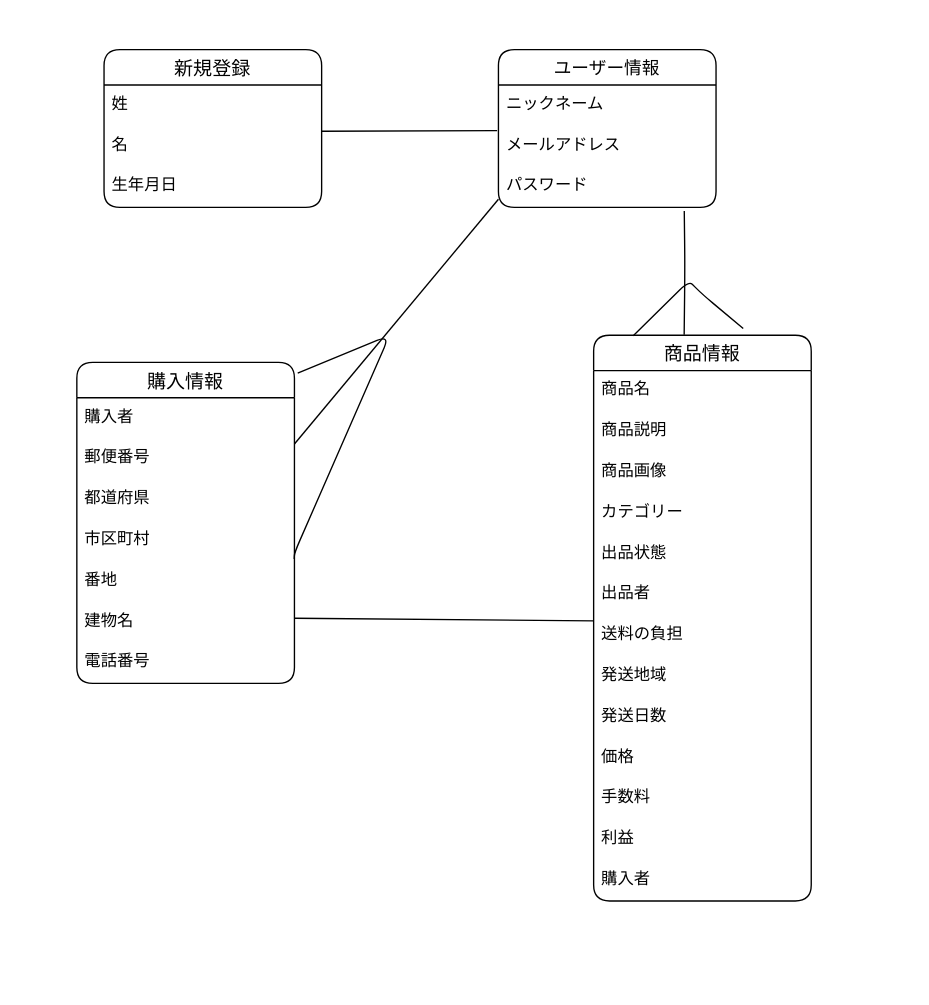
Above: draw.dio in tama808/furima-39529 (draw.io), before the change. Source tidied: cells renumbered, new cells numbered last; positions are measured from the earlier drawing's top-left corner, leaving out a move shared by most shapes. Both pictures are drawn from the tidied source at 136%, with x=0, y=0 at pixel (76, 49).
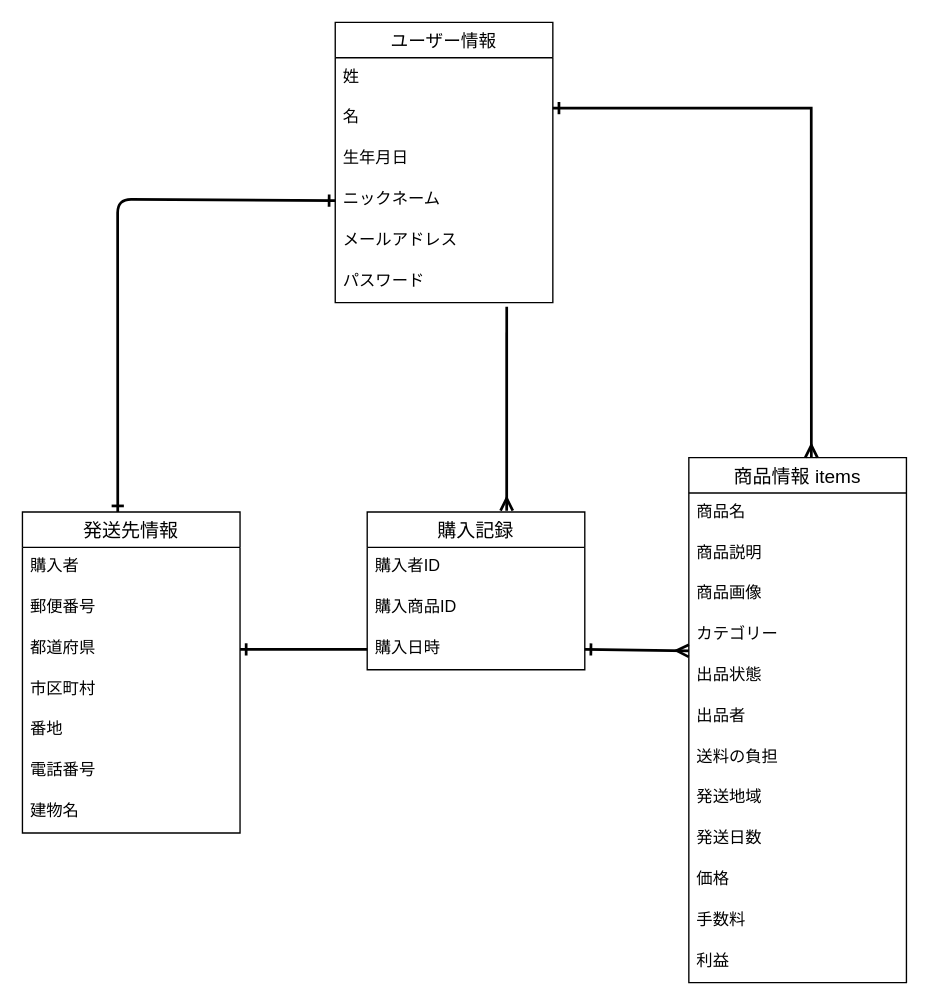
The same page after the edit.

Commit message (it also covers changes not shown here):
テーブル設計

What changed in the source:
```diff
@@
-    <mxCell id="2" value="ユーザー情報" style="swimlane;fontStyle=0;horizontal=1;startSize=26;align=center;fontSize=13;hachureGap=4;fontFamily=Architects Daughter;rounded=1;" parent="1" vertex="1">
-      <mxGeometry x="310" width="160" height="116" as="geometry" />
+    <mxCell id="2" value="ユーザー情報" style="swimlane;fontStyle=0;horizontal=1;startSize=26;align=center;fontSize=13;hachureGap=4;fontFamily=Helvetica;rounded=0;" parent="1" vertex="1">
+      <mxGeometry x="190" y="-20" width="160" height="206" as="geometry" />
     </mxCell>
-    <mxCell id="3" value="ニックネーム " style="text;strokeColor=none;fillColor=none;spacingLeft=4;spacingRight=4;overflow=hidden;fontSize=12;hachureGap=4;fontFamily=Architects Daughter;rounded=1;" parent="2" vertex="1">
+    <mxCell id="3" value="姓" style="text;strokeColor=none;fillColor=none;spacingLeft=4;spacingRight=4;overflow=hidden;fontSize=12;hachureGap=4;fontFamily=Architects Daughter;rounded=0;" parent="2" vertex="1">
       <mxGeometry y="26" width="160" height="30" as="geometry" />
     </mxCell>
-    <mxCell id="4" value="メールアドレス" style="text;strokeColor=none;fillColor=none;spacingLeft=4;spacingRight=4;overflow=hidden;points=[[0,0.5],[1,0.5]];portConstraint=eastwest;fontSize=12;hachureGap=4;fontFamily=Architects Daughter;rounded=1;" parent="2" vertex="1">
+    <mxCell id="4" value="名" style="text;strokeColor=none;fillColor=none;spacingLeft=4;spacingRight=4;overflow=hidden;points=[[0,0.5],[1,0.5]];portConstraint=eastwest;fontSize=12;hachureGap=4;fontFamily=Architects Daughter;rounded=0;" parent="2" vertex="1">
       <mxGeometry y="56" width="160" height="30" as="geometry" />
     </mxCell>
-    <mxCell id="5" value="パスワード" style="text;strokeColor=none;fillColor=none;spacingLeft=4;spacingRight=4;overflow=hidden;points=[[0,0.5],[1,0.5]];portConstraint=eastwest;fontSize=12;hachureGap=4;fontFamily=Architects Daughter;rounded=1;" parent="2" vertex="1">
+    <mxCell id="5" value="生年月日" style="text;strokeColor=none;fillColor=none;spacingLeft=4;spacingRight=4;overflow=hidden;points=[[0,0.5],[1,0.5]];portConstraint=eastwest;fontSize=12;hachureGap=4;fontFamily=Architects Daughter;rounded=0;" parent="2" vertex="1">
       <mxGeometry y="86" width="160" height="30" as="geometry" />
     </mxCell>
-    <mxCell id="6" value="新規登録" style="swimlane;fontStyle=0;horizontal=1;startSize=26;align=center;fontSize=14;rounded=1;" parent="1" vertex="1">
-      <mxGeometry x="20" width="160" height="116" as="geometry" />
-    </mxCell>
-    <mxCell id="7" value="姓" style="text;strokeColor=none;fillColor=none;spacingLeft=4;spacingRight=4;overflow=hidden;fontSize=12;rounded=1;" parent="6" vertex="1">
-      <mxGeometry y="26" width="160" height="30" as="geometry" />
-    </mxCell>
-    <mxCell id="8" value="名" style="text;strokeColor=none;fillColor=none;spacingLeft=4;spacingRight=4;overflow=hidden;fontSize=12;rounded=1;" parent="6" vertex="1">
-      <mxGeometry y="56" width="160" height="30" as="geometry" />
-    </mxCell>
-    <mxCell id="9" value="生年月日" style="text;strokeColor=none;fillColor=none;spacingLeft=4;spacingRight=4;overflow=hidden;fontSize=12;rounded=1;" parent="6" vertex="1">
-      <mxGeometry y="86" width="160" height="30" as="geometry" />
-    </mxCell>
+    <mxCell id="38" value="ニックネーム " style="text;strokeColor=none;fillColor=none;spacingLeft=4;spacingRight=4;overflow=hidden;points=[[0,0.5],[1,0.5]];portConstraint=eastwest;fontSize=12;hachureGap=4;fontFamily=Architects Daughter;rounded=0;" parent="2" vertex="1">
+      <mxGeometry y="116" width="160" height="30" as="geometry" />
+    </mxCell>
+    <mxCell id="39" value="メールアドレス" style="text;strokeColor=none;fillColor=none;spacingLeft=4;spacingRight=4;overflow=hidden;fontSize=12;hachureGap=4;fontFamily=Helvetica;rounded=0;" parent="2" vertex="1">
+      <mxGeometry y="146" width="160" height="30" as="geometry" />
+    </mxCell>
+    <mxCell id="40" value="パスワード" style="text;strokeColor=none;fillColor=none;spacingLeft=4;spacingRight=4;overflow=hidden;points=[[0,0.5],[1,0.5]];portConstraint=eastwest;fontSize=12;hachureGap=4;fontFamily=Architects Daughter;rounded=0;" parent="2" vertex="1">
+      <mxGeometry y="176" width="160" height="30" as="geometry" />
+    </mxCell>
-    <mxCell id="10" value="商品情報" style="swimlane;fontStyle=0;horizontal=1;startSize=26;align=center;fontSize=14;rounded=1;" parent="1" vertex="1">
-      <mxGeometry x="380" y="210" width="160" height="416" as="geometry" />
+    <mxCell id="10" value="商品情報 items" style="swimlane;fontStyle=0;horizontal=1;startSize=26;align=center;fontSize=14;rounded=0;" parent="1" vertex="1">
+      <mxGeometry x="450" y="300" width="160" height="386" as="geometry" />
     </mxCell>
-    <mxCell id="11" value="商品名" style="text;strokeColor=none;fillColor=none;spacingLeft=4;spacingRight=4;overflow=hidden;fontSize=12;rounded=1;" parent="10" vertex="1">
+    <mxCell id="11" value="商品名" style="text;strokeColor=none;fillColor=none;spacingLeft=4;spacingRight=4;overflow=hidden;fontSize=12;rounded=0;" parent="10" vertex="1">
       <mxGeometry y="26" width="160" height="30" as="geometry" />
     </mxCell>
-    <mxCell id="12" value="商品説明" style="text;strokeColor=none;fillColor=none;spacingLeft=4;spacingRight=4;overflow=hidden;fontSize=12;rounded=1;" parent="10" vertex="1">
+    <mxCell id="12" value="商品説明" style="text;strokeColor=none;fillColor=none;spacingLeft=4;spacingRight=4;overflow=hidden;fontSize=12;rounded=0;" parent="10" vertex="1">
       <mxGeometry y="56" width="160" height="30" as="geometry" />
     </mxCell>
-    <mxCell id="13" value="商品画像" style="text;strokeColor=none;fillColor=none;spacingLeft=4;spacingRight=4;overflow=hidden;fontSize=12;rounded=1;" parent="10" vertex="1">
+    <mxCell id="13" value="商品画像" style="text;strokeColor=none;fillColor=none;spacingLeft=4;spacingRight=4;overflow=hidden;fontSize=12;rounded=0;" parent="10" vertex="1">
       <mxGeometry y="86" width="160" height="30" as="geometry" />
     </mxCell>
-    <mxCell id="14" value="カテゴリー" style="text;strokeColor=none;fillColor=none;spacingLeft=4;spacingRight=4;overflow=hidden;points=[[0,0.5],[1,0.5]];portConstraint=eastwest;fontSize=12;rounded=1;" parent="10" vertex="1">
+    <mxCell id="14" value="カテゴリー" style="text;strokeColor=none;fillColor=none;spacingLeft=4;spacingRight=4;overflow=hidden;points=[[0,0.5],[1,0.5]];portConstraint=eastwest;fontSize=12;rounded=0;" parent="10" vertex="1">
       <mxGeometry y="116" width="160" height="30" as="geometry" />
     </mxCell>
-    <mxCell id="15" value="出品状態" style="text;strokeColor=none;fillColor=none;spacingLeft=4;spacingRight=4;overflow=hidden;fontSize=12;rounded=1;" parent="10" vertex="1">
+    <mxCell id="15" value="出品状態" style="text;strokeColor=none;fillColor=none;spacingLeft=4;spacingRight=4;overflow=hidden;fontSize=12;rounded=0;" parent="10" vertex="1">
       <mxGeometry y="146" width="160" height="30" as="geometry" />
     </mxCell>
-    <mxCell id="16" value="出品者" style="text;strokeColor=none;fillColor=none;spacingLeft=4;spacingRight=4;overflow=hidden;fontSize=12;rounded=1;" parent="10" vertex="1">
+    <mxCell id="16" value="出品者" style="text;strokeColor=none;fillColor=none;spacingLeft=4;spacingRight=4;overflow=hidden;fontSize=12;rounded=0;" parent="10" vertex="1">
       <mxGeometry y="176" width="160" height="30" as="geometry" />
     </mxCell>
-    <mxCell id="17" value="送料の負担" style="text;strokeColor=none;fillColor=none;spacingLeft=4;spacingRight=4;overflow=hidden;fontSize=12;rounded=1;" parent="10" vertex="1">
+    <mxCell id="17" value="送料の負担" style="text;strokeColor=none;fillColor=none;spacingLeft=4;spacingRight=4;overflow=hidden;fontSize=12;rounded=0;" parent="10" vertex="1">
       <mxGeometry y="206" width="160" height="30" as="geometry" />
     </mxCell>
-    <mxCell id="18" value="発送地域" style="text;strokeColor=none;fillColor=none;spacingLeft=4;spacingRight=4;overflow=hidden;fontSize=12;rounded=1;" parent="10" vertex="1">
+    <mxCell id="18" value="発送地域" style="text;strokeColor=none;fillColor=none;spacingLeft=4;spacingRight=4;overflow=hidden;fontSize=12;rounded=0;" parent="10" vertex="1">
       <mxGeometry y="236" width="160" height="30" as="geometry" />
     </mxCell>
-    <mxCell id="19" value="発送日数" style="text;strokeColor=none;fillColor=none;spacingLeft=4;spacingRight=4;overflow=hidden;fontSize=12;rounded=1;" parent="10" vertex="1">
+    <mxCell id="19" value="発送日数" style="text;strokeColor=none;fillColor=none;spacingLeft=4;spacingRight=4;overflow=hidden;fontSize=12;rounded=0;" parent="10" vertex="1">
       <mxGeometry y="266" width="160" height="30" as="geometry" />
     </mxCell>
-    <mxCell id="20" value="価格" style="text;strokeColor=none;fillColor=none;spacingLeft=4;spacingRight=4;overflow=hidden;fontSize=12;rounded=1;" parent="10" vertex="1">
+    <mxCell id="20" value="価格" style="text;strokeColor=none;fillColor=none;spacingLeft=4;spacingRight=4;overflow=hidden;fontSize=12;rounded=0;" parent="10" vertex="1">
       <mxGeometry y="296" width="160" height="30" as="geometry" />
     </mxCell>
-    <mxCell id="21" value="手数料" style="text;strokeColor=none;fillColor=none;spacingLeft=4;spacingRight=4;overflow=hidden;fontSize=12;rounded=1;" parent="10" vertex="1">
+    <mxCell id="21" value="手数料" style="text;strokeColor=none;fillColor=none;spacingLeft=4;spacingRight=4;overflow=hidden;fontSize=12;rounded=0;" parent="10" vertex="1">
       <mxGeometry y="326" width="160" height="30" as="geometry" />
     </mxCell>
-    <mxCell id="22" value="利益" style="text;strokeColor=none;fillColor=none;spacingLeft=4;spacingRight=4;overflow=hidden;fontSize=12;rounded=1;" parent="10" vertex="1">
+    <mxCell id="22" value="利益" style="text;strokeColor=none;fillColor=none;spacingLeft=4;spacingRight=4;overflow=hidden;fontSize=12;rounded=0;" parent="10" vertex="1">
       <mxGeometry y="356" width="160" height="30" as="geometry" />
     </mxCell>
-    <mxCell id="23" value="購入者" style="text;strokeColor=none;fillColor=none;spacingLeft=4;spacingRight=4;overflow=hidden;fontSize=12;rounded=1;" parent="10" vertex="1">
-      <mxGeometry y="386" width="160" height="30" as="geometry" />
-    </mxCell>
-    <mxCell id="24" value="購入情報" style="swimlane;fontStyle=0;horizontal=1;startSize=26;align=center;fontSize=14;rounded=1;" parent="1" vertex="1">
-      <mxGeometry y="230" width="160" height="236" as="geometry" />
+    <mxCell id="24" value="発送先情報" style="swimlane;fontStyle=0;horizontal=1;startSize=26;align=center;fontSize=14;rounded=0;" parent="1" vertex="1">
+      <mxGeometry x="-40" y="340" width="160" height="236" as="geometry" />
     </mxCell>
-    <mxCell id="25" value="購入者" style="text;strokeColor=none;fillColor=none;spacingLeft=4;spacingRight=4;overflow=hidden;fontSize=12;rounded=1;" parent="24" vertex="1">
+    <mxCell id="25" value="購入者" style="text;strokeColor=none;fillColor=none;spacingLeft=4;spacingRight=4;overflow=hidden;fontSize=12;rounded=0;" parent="24" vertex="1">
       <mxGeometry y="26" width="160" height="30" as="geometry" />
     </mxCell>
-    <mxCell id="26" value="郵便番号" style="text;strokeColor=none;fillColor=none;spacingLeft=4;spacingRight=4;overflow=hidden;fontSize=12;rounded=1;" parent="24" vertex="1">
+    <mxCell id="26" value="郵便番号" style="text;strokeColor=none;fillColor=none;spacingLeft=4;spacingRight=4;overflow=hidden;fontSize=12;rounded=0;" parent="24" vertex="1">
       <mxGeometry y="56" width="160" height="30" as="geometry" />
     </mxCell>
-    <mxCell id="27" value="都道府県" style="text;strokeColor=none;fillColor=none;spacingLeft=4;spacingRight=4;overflow=hidden;points=[[0,0.5],[1,0.5]];portConstraint=eastwest;fontSize=12;rounded=1;" parent="24" vertex="1">
+    <mxCell id="27" value="都道府県" style="text;strokeColor=none;fillColor=none;spacingLeft=4;spacingRight=4;overflow=hidden;points=[[0,0.5],[1,0.5]];portConstraint=eastwest;fontSize=12;rounded=0;" parent="24" vertex="1">
       <mxGeometry y="86" width="160" height="30" as="geometry" />
     </mxCell>
-    <mxCell id="28" value="市区町村" style="text;strokeColor=none;fillColor=none;spacingLeft=4;spacingRight=4;overflow=hidden;fontSize=12;rounded=1;" parent="24" vertex="1">
+    <mxCell id="28" value="市区町村" style="text;strokeColor=none;fillColor=none;spacingLeft=4;spacingRight=4;overflow=hidden;fontSize=12;rounded=0;" parent="24" vertex="1">
       <mxGeometry y="116" width="160" height="30" as="geometry" />
     </mxCell>
-    <mxCell id="29" value="番地" style="text;strokeColor=none;fillColor=none;spacingLeft=4;spacingRight=4;overflow=hidden;points=[[0,0.5],[1,0.5]];portConstraint=eastwest;fontSize=12;rounded=1;" parent="24" vertex="1">
+    <mxCell id="29" value="番地" style="text;strokeColor=none;fillColor=none;spacingLeft=4;spacingRight=4;overflow=hidden;points=[[0,0.5],[1,0.5]];portConstraint=eastwest;fontSize=12;rounded=0;" parent="24" vertex="1">
       <mxGeometry y="146" width="160" height="30" as="geometry" />
     </mxCell>
+    <mxCell id="31" value="電話番号" style="text;strokeColor=none;fillColor=none;spacingLeft=4;spacingRight=4;overflow=hidden;fontSize=12;rounded=0;" parent="24" vertex="1">
+      <mxGeometry y="176" width="160" height="30" as="geometry" />
+    </mxCell>
-    <mxCell id="30" value="建物名" style="text;strokeColor=none;fillColor=none;spacingLeft=4;spacingRight=4;overflow=hidden;fontSize=12;rounded=1;" parent="24" vertex="1">
-      <mxGeometry y="176" width="160" height="30" as="geometry" />
+    <mxCell id="30" value="建物名" style="text;strokeColor=none;fillColor=none;spacingLeft=4;spacingRight=4;overflow=hidden;fontSize=12;rounded=0;" parent="24" vertex="1">
+      <mxGeometry y="206" width="160" height="30" as="geometry" />
     </mxCell>
-    <mxCell id="31" value="電話番号" style="text;strokeColor=none;fillColor=none;spacingLeft=4;spacingRight=4;overflow=hidden;fontSize=12;rounded=1;" parent="24" vertex="1">
-      <mxGeometry y="206" width="160" height="30" as="geometry" />
-    </mxCell>
-    <mxCell id="32" style="endArrow=none;html=1;rounded=1;exitX=1.015;exitY=0.033;exitDx=0;exitDy=0;exitPerimeter=0;entryX=0.999;entryY=-0.05;entryDx=0;entryDy=0;entryPerimeter=0;" parent="24" edge="1" source="24" target="29">
-      <mxGeometry relative="1" as="geometry">
-        <Array as="points">
-          <mxPoint x="230" y="-20" />
-          <mxPoint x="160" y="140" />
-        </Array>
-      </mxGeometry>
-    </mxCell>
-    <mxCell id="33" style="endArrow=none;html=1;rounded=1;exitX=-0.006;exitY=0.117;exitDx=0;exitDy=0;exitPerimeter=0;" parent="1" edge="1" source="4">
-      <mxGeometry relative="1" as="geometry">
-        <mxPoint x="180" y="60" as="targetPoint" />
-        <Array as="points">
-          <mxPoint x="180" y="60" />
-        </Array>
-      </mxGeometry>
-    </mxCell>
-    <mxCell id="34" style="endArrow=none;html=1;rounded=1;entryX=0.854;entryY=1.089;entryDx=0;entryDy=0;entryPerimeter=0;exitX=0.416;exitY=-0.001;exitDx=0;exitDy=0;exitPerimeter=0;" parent="1" edge="1" source="10" target="5">
-      <mxGeometry relative="1" as="geometry">
-        <Array as="points">
-          <mxPoint x="447" y="170" />
-          <mxPoint x="447" y="150" />
-        </Array>
-      </mxGeometry>
-    </mxCell>
-    <mxCell id="35" style="endArrow=none;html=1;rounded=1;entryX=0.182;entryY=0.001;entryDx=0;entryDy=0;entryPerimeter=0;" parent="1" edge="1" target="10">
-      <mxGeometry relative="1" as="geometry">
-        <mxPoint x="490" y="205" as="sourcePoint" />
-        <Array as="points">
-          <mxPoint x="460" y="180" />
-          <mxPoint x="450" y="170" />
-        </Array>
-      </mxGeometry>
-    </mxCell>
-    <mxCell id="36" style="endArrow=none;html=1;rounded=1;exitX=0;exitY=0.8;exitDx=0;exitDy=0;exitPerimeter=0;" parent="1" edge="1" source="5">
-      <mxGeometry relative="1" as="geometry">
-        <mxPoint x="160" y="290" as="targetPoint" />
-        <Array as="points">
-          <mxPoint x="160" y="290" />
-        </Array>
-      </mxGeometry>
-    </mxCell>
-    <mxCell id="37" style="endArrow=none;html=1;rounded=1;" parent="1" edge="1">
-      <mxGeometry relative="1" as="geometry">
-        <mxPoint x="380" y="420" as="sourcePoint" />
-        <mxPoint x="160" y="418.1" as="targetPoint" />
-        <Array as="points">
-          <mxPoint x="160" y="418.1" />
-        </Array>
-      </mxGeometry>
-    </mxCell>
+    <mxCell id="41" style="edgeStyle=none;html=1;exitX=1;exitY=0.233;exitDx=0;exitDy=0;entryX=0.563;entryY=0;entryDx=0;entryDy=0;entryPerimeter=0;fontFamily=Helvetica;endArrow=ERmany;endFill=0;exitPerimeter=0;strokeWidth=2;rounded=0;startArrow=ERone;startFill=0;" parent="1" edge="1" source="4" target="10">
+      <mxGeometry relative="1" as="geometry">
+        <Array as="points">
+          <mxPoint x="540" y="43" />
+        </Array>
+      </mxGeometry>
+    </mxCell>
+    <mxCell id="42" value="購入記録" style="swimlane;fontStyle=0;horizontal=1;startSize=26;align=center;fontSize=14;fontFamily=Helvetica;rounded=0;" parent="1" vertex="1">
+      <mxGeometry x="213.5" y="340" width="160" height="116" as="geometry" />
+    </mxCell>
+    <mxCell id="43" value="購入者ID" style="text;strokeColor=none;fillColor=none;spacingLeft=4;spacingRight=4;overflow=hidden;fontSize=12;fontFamily=Helvetica;rounded=0;" parent="42" vertex="1">
+      <mxGeometry y="26" width="160" height="30" as="geometry" />
+    </mxCell>
+    <mxCell id="44" value="購入商品ID" style="text;strokeColor=none;fillColor=none;spacingLeft=4;spacingRight=4;overflow=hidden;fontSize=12;fontFamily=Helvetica;rounded=0;" parent="42" vertex="1">
+      <mxGeometry y="56" width="160" height="30" as="geometry" />
+    </mxCell>
+    <mxCell id="45" value="購入日時" style="text;strokeColor=none;fillColor=none;spacingLeft=4;spacingRight=4;overflow=hidden;points=[[0,0.5],[1,0.5]];portConstraint=eastwest;fontSize=12;fontFamily=Helvetica;rounded=0;" parent="42" vertex="1">
+      <mxGeometry y="86" width="160" height="30" as="geometry" />
+    </mxCell>
+    <mxCell id="46" style="edgeStyle=none;html=1;entryX=0.641;entryY=-0.009;entryDx=0;entryDy=0;entryPerimeter=0;strokeWidth=2;fontFamily=Helvetica;endArrow=ERmany;endFill=0;exitX=0.788;exitY=1.1;exitDx=0;exitDy=0;exitPerimeter=0;" parent="1" edge="1" source="40" target="42">
+      <mxGeometry relative="1" as="geometry" />
+    </mxCell>
+    <mxCell id="47" style="edgeStyle=none;html=1;exitX=0;exitY=0.5;exitDx=0;exitDy=0;entryX=1;entryY=0.5;entryDx=0;entryDy=0;strokeWidth=2;fontFamily=Helvetica;endArrow=ERone;endFill=0;startArrow=none;startFill=0;" parent="1" edge="1" source="45" target="27">
+      <mxGeometry relative="1" as="geometry" />
+    </mxCell>
+    <mxCell id="48" style="edgeStyle=none;html=1;exitX=1;exitY=0.5;exitDx=0;exitDy=0;entryX=0;entryY=0.867;entryDx=0;entryDy=0;entryPerimeter=0;strokeWidth=2;fontFamily=Helvetica;startArrow=ERone;startFill=0;endArrow=ERmany;endFill=0;" parent="1" edge="1" source="45" target="14">
+      <mxGeometry relative="1" as="geometry" />
+    </mxCell>
+    <mxCell id="49" style="edgeStyle=none;html=1;exitX=0;exitY=0.5;exitDx=0;exitDy=0;entryX=0.438;entryY=0;entryDx=0;entryDy=0;entryPerimeter=0;strokeWidth=2;fontFamily=Helvetica;startArrow=ERone;startFill=0;endArrow=ERone;endFill=0;" parent="1" edge="1" source="38" target="24">
+      <mxGeometry relative="1" as="geometry">
+        <Array as="points">
+          <mxPoint x="30" y="110" />
+        </Array>
+      </mxGeometry>
+    </mxCell>
```
